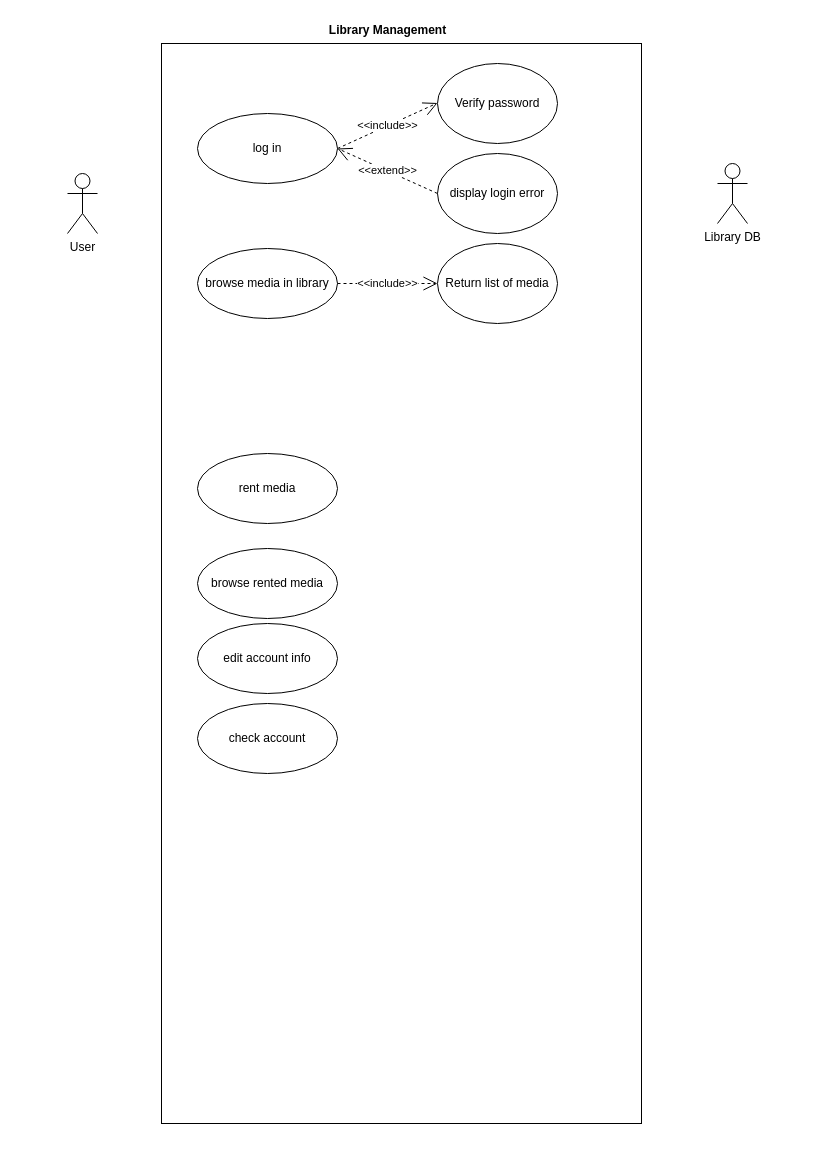
Before: diagrams/usecase_library.drawio in sraosha47/m226, a draw.io diagram. Source tidied: cells renumbered, new cells numbered last; positions are measured from the earlier drawing's top-left corner, leaving out a move shared by most shapes. Both pictures are drawn from the tidied source at 100%, with x=0, y=0 at pixel (67, 17).
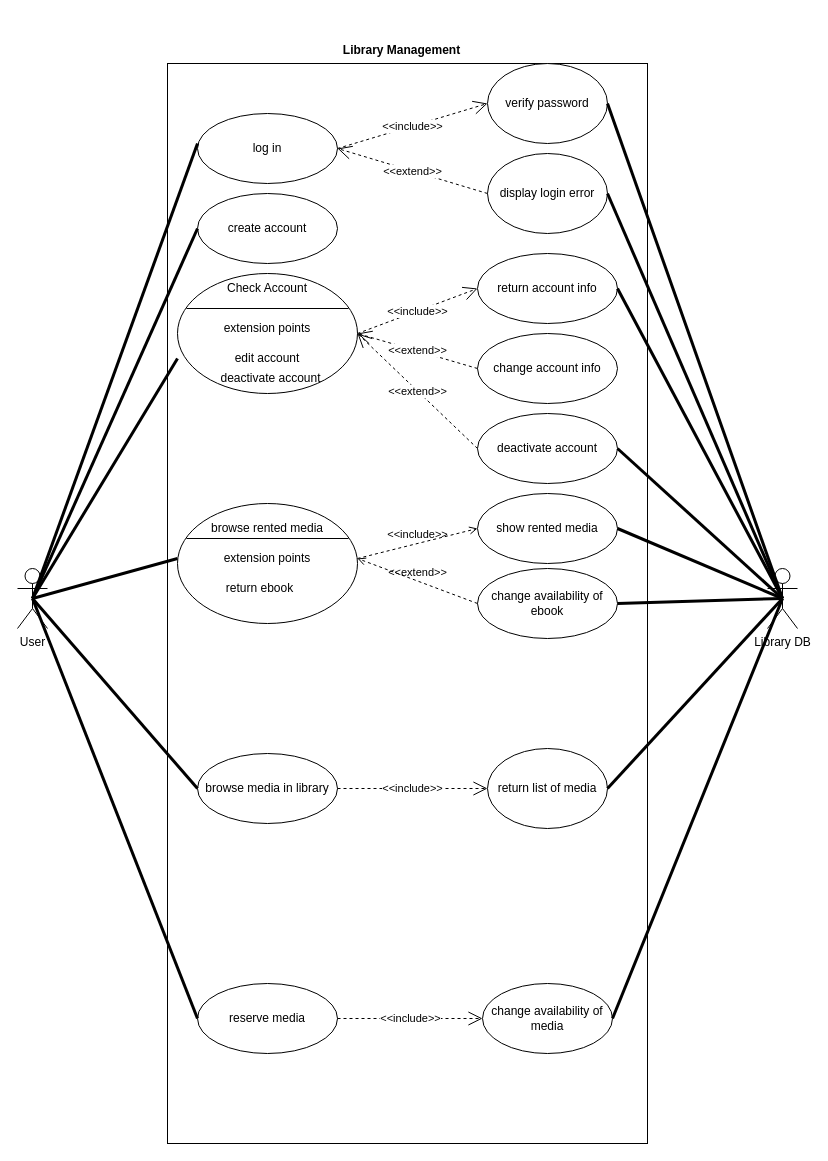
The same diagram, later.

Unchanged cells that the change refers to:
```xml
<mxCell id="5" value="log in" style="ellipse;whiteSpace=wrap;html=1;" parent="1" vertex="1">
  <mxGeometry x="130" y="96" width="140" height="70" as="geometry" />
</mxCell>
```

What changed in the source:
```diff
@@
     <mxCell id="2" style="rounded=0;whiteSpace=wrap;html=1;" parent="1" vertex="1">
-      <mxGeometry x="94" y="26" width="480" height="1080" as="geometry" />
+      <mxGeometry x="100" y="46" width="480" height="1080" as="geometry" />
     </mxCell>
     <mxCell id="3" value="User" style="shape=umlActor;verticalLabelPosition=bottom;verticalAlign=top;html=1;" parent="1" vertex="1">
-      <mxGeometry y="156" width="30" height="60" as="geometry" />
+      <mxGeometry x="-50" y="551" width="30" height="60" as="geometry" />
     </mxCell>
     <mxCell id="4" value="Library Management" style="text;align=center;fontStyle=1;verticalAlign=middle;spacingLeft=3;spacingRight=3;strokeColor=none;html=1;" parent="1" vertex="1">
-      <mxGeometry x="280" width="80" height="26" as="geometry" />
+      <mxGeometry x="294" y="20" width="80" height="26" as="geometry" />
     </mxCell>
@@
     <mxCell id="6" value="&lt;div&gt;Library DB&lt;/div&gt;&lt;div&gt;&lt;br&gt;&lt;/div&gt;" style="shape=umlActor;verticalLabelPosition=bottom;verticalAlign=top;html=1;" parent="1" vertex="1">
-      <mxGeometry x="650" y="146" width="30" height="60" as="geometry" />
+      <mxGeometry x="700" y="551" width="30" height="60" as="geometry" />
     </mxCell>
     <mxCell id="7" value="browse media in library" style="ellipse;whiteSpace=wrap;html=1;" parent="1" vertex="1">
-      <mxGeometry x="130" y="231" width="140" height="70" as="geometry" />
+      <mxGeometry x="130" y="736" width="140" height="70" as="geometry" />
     </mxCell>
-    <mxCell id="8" value="rent media" style="ellipse;whiteSpace=wrap;html=1;" parent="1" vertex="1">
-      <mxGeometry x="130" y="436" width="140" height="70" as="geometry" />
+    <mxCell id="8" value="reserve media" style="ellipse;whiteSpace=wrap;html=1;" parent="1" vertex="1">
+      <mxGeometry x="130" y="966" width="140" height="70" as="geometry" />
     </mxCell>
-    <mxCell id="9" value="edit account info" style="ellipse;whiteSpace=wrap;html=1;" parent="1" vertex="1">
-      <mxGeometry x="130" y="606" width="140" height="70" as="geometry" />
-    </mxCell>
-    <mxCell id="10" value="browse rented media" style="ellipse;whiteSpace=wrap;html=1;" parent="1" vertex="1">
-      <mxGeometry x="130" y="531" width="140" height="70" as="geometry" />
-    </mxCell>
-    <mxCell id="11" value="check account" style="ellipse;whiteSpace=wrap;html=1;" parent="1" vertex="1">
-      <mxGeometry x="130" y="686" width="140" height="70" as="geometry" />
-    </mxCell>
-    <mxCell id="12" value="Verify password" style="ellipse;whiteSpace=wrap;html=1;" parent="1" vertex="1">
-      <mxGeometry x="370" y="46" width="120" height="80" as="geometry" />
+    <mxCell id="12" value="verify password" style="ellipse;whiteSpace=wrap;html=1;" parent="1" vertex="1">
+      <mxGeometry x="420" y="46" width="120" height="80" as="geometry" />
     </mxCell>
     <mxCell id="13" value="display login error" style="ellipse;whiteSpace=wrap;html=1;" parent="1" vertex="1">
-      <mxGeometry x="370" y="136" width="120" height="80" as="geometry" />
+      <mxGeometry x="420" y="136" width="120" height="80" as="geometry" />
     </mxCell>
-    <mxCell id="14" value="&lt;div&gt;Return list of media&lt;/div&gt;" style="ellipse;whiteSpace=wrap;html=1;" parent="1" vertex="1">
-      <mxGeometry x="370" y="226" width="120" height="80" as="geometry" />
+    <mxCell id="14" value="&lt;div&gt;return list of media&lt;/div&gt;" style="ellipse;whiteSpace=wrap;html=1;" parent="1" vertex="1">
+      <mxGeometry x="420" y="731" width="120" height="80" as="geometry" />
     </mxCell>
-    <mxCell id="15" value="&amp;lt;&amp;lt;include&amp;gt;&amp;gt;" style="endArrow=open;endSize=12;dashed=1;html=1;rounded=0;exitX=1;exitY=0.5;exitDx=0;exitDy=0;" parent="1" edge="1" source="5">
-      <mxGeometry relative="1" as="geometry">
-        <mxPoint x="370" y="85.5" as="targetPoint" />
-      </mxGeometry>
+    <mxCell id="15" value="&amp;lt;&amp;lt;include&amp;gt;&amp;gt;" style="endArrow=open;endSize=12;dashed=1;html=1;rounded=0;exitX=1;exitY=0.5;exitDx=0;exitDy=0;entryX=0;entryY=0.5;entryDx=0;entryDy=0;" parent="1" edge="1" source="5" target="12">
+      <mxGeometry relative="1" as="geometry" />
     </mxCell>
@@
+    <mxCell id="18" value="change availability of media" style="ellipse;whiteSpace=wrap;html=1;" parent="1" vertex="1">
+      <mxGeometry x="415" y="966" width="130" height="70" as="geometry" />
+    </mxCell>
+    <mxCell id="19" value="&amp;lt;&amp;lt;include&amp;gt;&amp;gt;" style="endArrow=open;endSize=12;dashed=1;html=1;rounded=0;entryX=0;entryY=0.5;entryDx=0;entryDy=0;exitX=1;exitY=0.5;exitDx=0;exitDy=0;" parent="1" edge="1" source="8" target="18">
+      <mxGeometry relative="1" as="geometry" />
+    </mxCell>
+    <mxCell id="20" value="create account" style="ellipse;whiteSpace=wrap;html=1;" parent="1" vertex="1">
+      <mxGeometry x="130" y="176" width="140" height="70" as="geometry" />
+    </mxCell>
+    <mxCell id="21" style="shape=ellipse;horizontal=1;html=1;dashed=0;" parent="1" vertex="1">
+      <mxGeometry x="110" y="256" width="180" height="120" as="geometry" />
+    </mxCell>
+    <mxCell id="22" value="Check Account" style="html=1;strokeColor=none;fillColor=none;align=center;verticalAlign=middle;whiteSpace=wrap;" parent="21" vertex="1">
+      <mxGeometry width="180" height="30" as="geometry" />
+    </mxCell>
+    <mxCell id="23" style="line;strokeWidth=1;fillColor=none;labelPosition=right;dashed=0;" parent="21" vertex="1">
+      <mxGeometry x="9" y="30" width="162" height="10" as="geometry" />
+    </mxCell>
+    <mxCell id="24" value="edit account" style="text;html=1;align=center;verticalAlign=middle;fillColor=none;strokeColor=none;whiteSpace=wrap;" parent="21" vertex="1">
+      <mxGeometry y="70" width="180" height="30" as="geometry" />
+    </mxCell>
+    <mxCell id="25" value="&lt;div align=&quot;center&quot;&gt;deactivate account&lt;/div&gt;" style="text;html=1;align=center;verticalAlign=middle;spacingLeft=25;fillColor=none;strokeColor=none;whiteSpace=wrap;" parent="21" vertex="1">
+      <mxGeometry x="-9" y="90" width="180" height="30" as="geometry" />
+    </mxCell>
+    <mxCell id="26" value="extension points" style="text;html=1;strokeColor=none;fillColor=none;align=center;verticalAlign=middle;whiteSpace=wrap;rounded=0;" parent="21" vertex="1">
+      <mxGeometry x="45" y="40" width="90" height="30" as="geometry" />
+    </mxCell>
+    <mxCell id="27" style="endArrow=none;startArrow=none;endFill=0;startFill=0;endSize=8;html=1;verticalAlign=bottom;labelBackgroundColor=none;strokeWidth=3;rounded=0;exitX=0.5;exitY=0.5;exitDx=0;exitDy=0;exitPerimeter=0;entryX=0;entryY=0.429;entryDx=0;entryDy=0;entryPerimeter=0;" parent="1" edge="1" source="3" target="5">
+      <mxGeometry relative="1" as="geometry" />
+    </mxCell>
+    <mxCell id="28" style="endArrow=none;startArrow=none;endFill=0;startFill=0;endSize=8;html=1;verticalAlign=bottom;labelBackgroundColor=none;strokeWidth=3;rounded=0;exitX=0.5;exitY=0.5;exitDx=0;exitDy=0;exitPerimeter=0;entryX=0;entryY=0.5;entryDx=0;entryDy=0;" parent="1" edge="1" source="3" target="20">
+      <mxGeometry relative="1" as="geometry" />
+    </mxCell>
+    <mxCell id="29" style="endArrow=none;startArrow=none;endFill=0;startFill=0;endSize=8;html=1;verticalAlign=bottom;labelBackgroundColor=none;strokeWidth=3;rounded=0;exitX=0.5;exitY=0.5;exitDx=0;exitDy=0;exitPerimeter=0;entryX=0;entryY=0.5;entryDx=0;entryDy=0;" parent="1" edge="1" source="3" target="24">
+      <mxGeometry relative="1" as="geometry" />
+    </mxCell>
+    <mxCell id="30" style="endArrow=none;startArrow=none;endFill=0;startFill=0;endSize=8;html=1;verticalAlign=bottom;labelBackgroundColor=none;strokeWidth=3;rounded=0;exitX=0.5;exitY=0.5;exitDx=0;exitDy=0;exitPerimeter=0;entryX=0;entryY=0.5;entryDx=0;entryDy=0;" parent="1" edge="1" source="3" target="38">
+      <mxGeometry relative="1" as="geometry" />
+    </mxCell>
+    <mxCell id="31" style="endArrow=none;startArrow=none;endFill=0;startFill=0;endSize=8;html=1;verticalAlign=bottom;labelBackgroundColor=none;strokeWidth=3;rounded=0;exitX=0.5;exitY=0.5;exitDx=0;exitDy=0;exitPerimeter=0;entryX=0;entryY=0.5;entryDx=0;entryDy=0;" parent="1" edge="1" source="3" target="7">
+      <mxGeometry relative="1" as="geometry" />
+    </mxCell>
+    <mxCell id="32" style="endArrow=none;startArrow=none;endFill=0;startFill=0;endSize=8;html=1;verticalAlign=bottom;labelBackgroundColor=none;strokeWidth=3;rounded=0;exitX=0.5;exitY=0.5;exitDx=0;exitDy=0;exitPerimeter=0;entryX=0;entryY=0.5;entryDx=0;entryDy=0;" parent="1" edge="1" source="3" target="8">
+      <mxGeometry relative="1" as="geometry" />
+    </mxCell>
+    <mxCell id="33" style="endArrow=none;startArrow=none;endFill=0;startFill=0;endSize=8;html=1;verticalAlign=bottom;labelBackgroundColor=none;strokeWidth=3;rounded=0;entryX=0.5;entryY=0.5;entryDx=0;entryDy=0;entryPerimeter=0;exitX=1;exitY=0.5;exitDx=0;exitDy=0;" parent="1" edge="1" source="12" target="6">
+      <mxGeometry relative="1" as="geometry" />
+    </mxCell>
+    <mxCell id="34" style="endArrow=none;startArrow=none;endFill=0;startFill=0;endSize=8;html=1;verticalAlign=bottom;labelBackgroundColor=none;strokeWidth=3;rounded=0;entryX=0.5;entryY=0.5;entryDx=0;entryDy=0;entryPerimeter=0;exitX=1;exitY=0.5;exitDx=0;exitDy=0;" parent="1" edge="1" source="13" target="6">
+      <mxGeometry relative="1" as="geometry" />
+    </mxCell>
+    <mxCell id="35" value="show rented media" style="ellipse;whiteSpace=wrap;html=1;" parent="1" vertex="1">
+      <mxGeometry x="410" y="476" width="140" height="70" as="geometry" />
+    </mxCell>
+    <mxCell id="36" style="shape=ellipse;horizontal=1;html=1;dashed=0;" parent="1" vertex="1">
+      <mxGeometry x="110" y="486" width="180" height="120" as="geometry" />
+    </mxCell>
+    <mxCell id="10" value="&lt;div&gt;browse rented media&lt;/div&gt;" style="html=1;strokeColor=none;fillColor=none;align=center;verticalAlign=middle;whiteSpace=wrap;" parent="36" vertex="1">
+      <mxGeometry y="10" width="180" height="30" as="geometry" />
+    </mxCell>
+    <mxCell id="37" style="line;strokeWidth=1;fillColor=none;labelPosition=right;dashed=0;" parent="36" vertex="1">
+      <mxGeometry x="9" y="30" width="162" height="10" as="geometry" />
+    </mxCell>
+    <mxCell id="38" value="extension points" style="text;html=1;align=center;verticalAlign=middle;fillColor=none;strokeColor=none;whiteSpace=wrap;" parent="36" vertex="1">
+      <mxGeometry y="40" width="180" height="30" as="geometry" />
+    </mxCell>
+    <mxCell id="39" value="&lt;div&gt;return ebook&lt;br&gt;&lt;/div&gt;" style="text;html=1;align=center;verticalAlign=middle;spacingLeft=25;fillColor=none;strokeColor=none;whiteSpace=wrap;" parent="36" vertex="1">
+      <mxGeometry x="-20" y="70" width="180" height="30" as="geometry" />
+    </mxCell>
+    <mxCell id="40" value="&amp;lt;&amp;lt;include&amp;gt;&amp;gt;" style="endArrow=open;html=1;rounded=0;align=center;verticalAlign=bottom;dashed=1;endFill=0;labelBackgroundColor=none;exitX=1;exitY=0.5;exitDx=0;exitDy=0;entryX=0;entryY=0.5;entryDx=0;entryDy=0;" parent="1" edge="1" source="38" target="35">
+      <mxGeometry relative="1" as="geometry" />
+    </mxCell>
+    <mxCell id="41" style="html=1;align=center;verticalAlign=top;labelBackgroundColor=none;" parent="40" vertex="1">
+      <mxGeometry relative="1" as="geometry" />
+    </mxCell>
+    <mxCell id="42" value="change availability of ebook" style="ellipse;whiteSpace=wrap;html=1;" parent="1" vertex="1">
+      <mxGeometry x="410" y="551" width="140" height="70" as="geometry" />
+    </mxCell>
+    <mxCell id="43" value="&amp;lt;&amp;lt;extend&amp;gt;&amp;gt;" style="endArrow=open;html=1;rounded=0;align=center;verticalAlign=bottom;dashed=1;endFill=0;labelBackgroundColor=none;entryX=1;entryY=0.5;entryDx=0;entryDy=0;exitX=0;exitY=0.5;exitDx=0;exitDy=0;" parent="1" edge="1" source="42" target="38">
+      <mxGeometry relative="1" as="geometry" />
+    </mxCell>
+    <mxCell id="44" style="html=1;align=center;verticalAlign=top;labelBackgroundColor=none;" parent="43" vertex="1">
+      <mxGeometry relative="1" as="geometry" />
+    </mxCell>
+    <mxCell id="45" value="return account info" style="ellipse;whiteSpace=wrap;html=1;" parent="1" vertex="1">
+      <mxGeometry x="410" y="236" width="140" height="70" as="geometry" />
+    </mxCell>
+    <mxCell id="46" value="&amp;lt;&amp;lt;include&amp;gt;&amp;gt;" style="endArrow=open;endSize=12;dashed=1;html=1;rounded=0;exitX=1;exitY=0.5;exitDx=0;exitDy=0;entryX=0;entryY=0.5;entryDx=0;entryDy=0;" parent="1" edge="1" source="21" target="45">
+      <mxGeometry relative="1" as="geometry" />
+    </mxCell>
+    <mxCell id="47" value="change account info" style="ellipse;whiteSpace=wrap;html=1;" parent="1" vertex="1">
+      <mxGeometry x="410" y="316" width="140" height="70" as="geometry" />
+    </mxCell>
+    <mxCell id="48" value="deactivate account" style="ellipse;whiteSpace=wrap;html=1;" parent="1" vertex="1">
+      <mxGeometry x="410" y="396" width="140" height="70" as="geometry" />
+    </mxCell>
+    <mxCell id="49" value="&amp;lt;&amp;lt;extend&amp;gt;&amp;gt;" style="endArrow=open;endSize=12;dashed=1;html=1;rounded=0;entryX=1;entryY=0.5;entryDx=0;entryDy=0;exitX=0;exitY=0.5;exitDx=0;exitDy=0;" parent="1" edge="1" source="47" target="21">
+      <mxGeometry relative="1" as="geometry" />
+    </mxCell>
+    <mxCell id="50" value="&amp;lt;&amp;lt;extend&amp;gt;&amp;gt;" style="endArrow=open;endSize=12;dashed=1;html=1;rounded=0;exitX=0;exitY=0.5;exitDx=0;exitDy=0;" parent="1" edge="1" source="48">
+      <mxGeometry relative="1" as="geometry">
+        <mxPoint x="290" y="316" as="targetPoint" />
+      </mxGeometry>
+    </mxCell>
+    <mxCell id="51" style="endArrow=none;startArrow=none;endFill=0;startFill=0;endSize=8;html=1;verticalAlign=bottom;labelBackgroundColor=none;strokeWidth=3;rounded=0;entryX=0.5;entryY=0.5;entryDx=0;entryDy=0;entryPerimeter=0;exitX=1;exitY=0.5;exitDx=0;exitDy=0;" parent="1" edge="1" source="45" target="6">
+      <mxGeometry relative="1" as="geometry" />
+    </mxCell>
+    <mxCell id="52" style="endArrow=none;startArrow=none;endFill=0;startFill=0;endSize=8;html=1;verticalAlign=bottom;labelBackgroundColor=none;strokeWidth=3;rounded=0;entryX=0.5;entryY=0.5;entryDx=0;entryDy=0;entryPerimeter=0;exitX=1;exitY=0.5;exitDx=0;exitDy=0;" parent="1" edge="1" source="48" target="6">
+      <mxGeometry relative="1" as="geometry" />
+    </mxCell>
+    <mxCell id="53" style="endArrow=none;startArrow=none;endFill=0;startFill=0;endSize=8;html=1;verticalAlign=bottom;labelBackgroundColor=none;strokeWidth=3;rounded=0;entryX=0.5;entryY=0.5;entryDx=0;entryDy=0;entryPerimeter=0;exitX=1;exitY=0.5;exitDx=0;exitDy=0;" parent="1" edge="1" source="35" target="6">
+      <mxGeometry relative="1" as="geometry" />
+    </mxCell>
+    <mxCell id="54" style="endArrow=none;startArrow=none;endFill=0;startFill=0;endSize=8;html=1;verticalAlign=bottom;labelBackgroundColor=none;strokeWidth=3;rounded=0;entryX=0.5;entryY=0.5;entryDx=0;entryDy=0;entryPerimeter=0;exitX=1;exitY=0.5;exitDx=0;exitDy=0;" parent="1" edge="1" source="42" target="6">
+      <mxGeometry relative="1" as="geometry" />
+    </mxCell>
+    <mxCell id="55" style="endArrow=none;startArrow=none;endFill=0;startFill=0;endSize=8;html=1;verticalAlign=bottom;labelBackgroundColor=none;strokeWidth=3;rounded=0;entryX=0.5;entryY=0.5;entryDx=0;entryDy=0;entryPerimeter=0;exitX=1;exitY=0.5;exitDx=0;exitDy=0;" parent="1" edge="1" source="14" target="6">
+      <mxGeometry relative="1" as="geometry" />
+    </mxCell>
+    <mxCell id="56" style="endArrow=none;startArrow=none;endFill=0;startFill=0;endSize=8;html=1;verticalAlign=bottom;labelBackgroundColor=none;strokeWidth=3;rounded=0;entryX=0.5;entryY=0.5;entryDx=0;entryDy=0;entryPerimeter=0;exitX=1;exitY=0.5;exitDx=0;exitDy=0;" parent="1" edge="1" source="18" target="6">
+      <mxGeometry relative="1" as="geometry" />
+    </mxCell>
```
